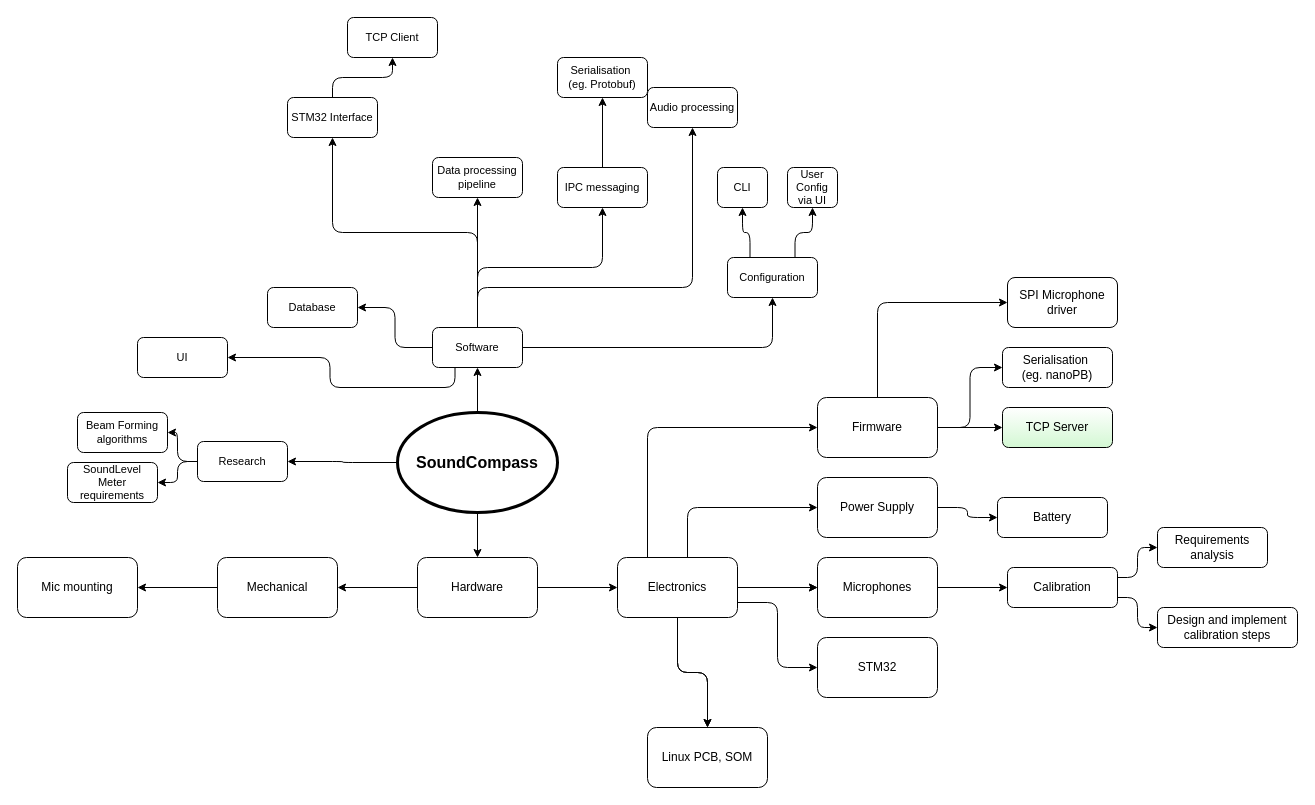
Earlier version of the draw.io diagram page "Task Mind Map" (3 of 7) of doc/System Block Diagram.drawio (jbrryhooves/sound-compass). Source tidied: cells renumbered, new cells numbered last; positions are measured from the earlier drawing's top-left corner, leaving out a move shared by most shapes. Both pictures are drawn from the tidied source at 100%, with x=0, y=0 at pixel (17, 17).
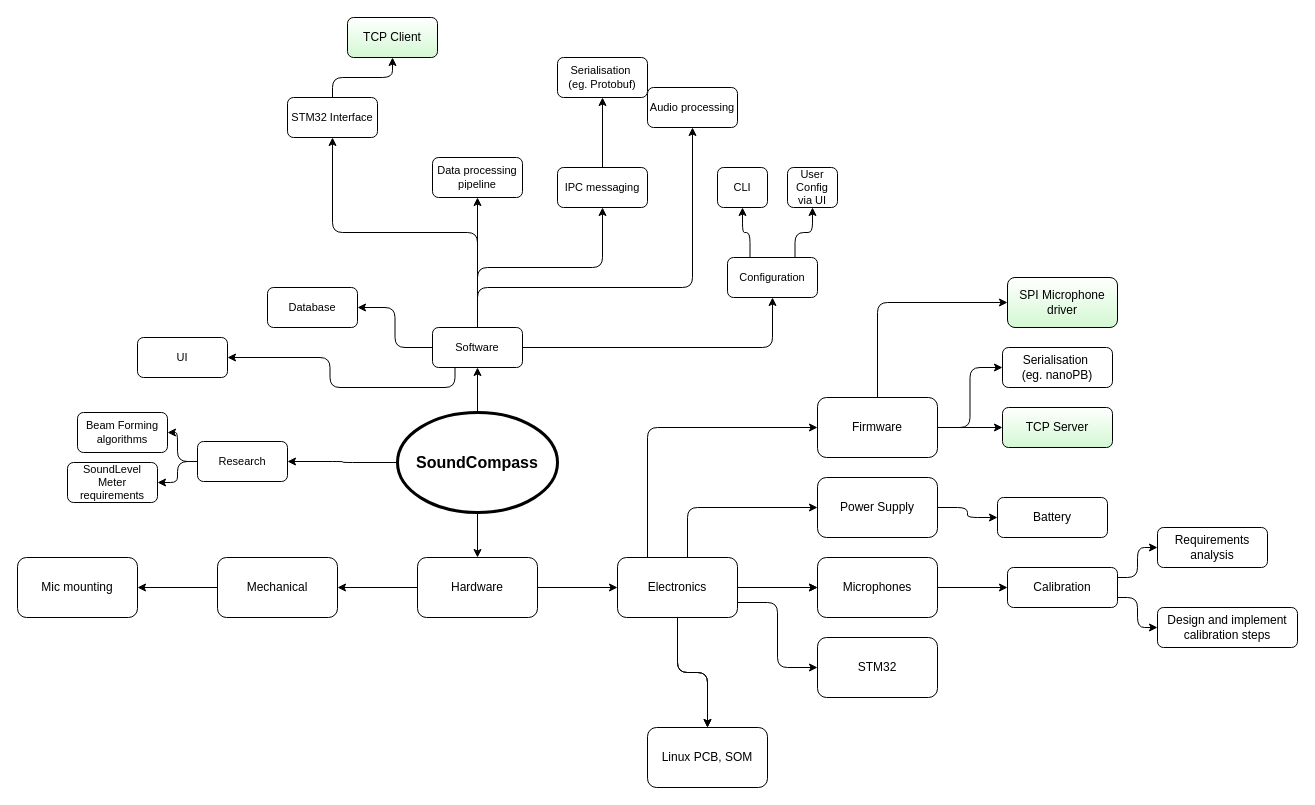
After the change.

The edit, as a diff of the source:
```diff
@@
-    <mxCell id="50" value="SPI Microphone driver" style="whiteSpace=wrap;html=1;rounded=1;fontStyle=0;" parent="1" vertex="1">
+    <mxCell id="50" value="SPI Microphone driver" style="whiteSpace=wrap;html=1;rounded=1;fontStyle=0;strokeColor=default;align=center;verticalAlign=middle;fontFamily=Helvetica;fontSize=12;fontColor=default;fillColor=default;gradientColor=#d3f8d3;" parent="1" vertex="1">
       <mxGeometry x="990" y="260" width="110" height="50" as="geometry" />
     </mxCell>
@@
-    <mxCell id="53" value="TCP Client" style="rounded=1;whiteSpace=wrap;html=1;fontFamily=Helvetica;fontSize=11;fontColor=default;" parent="1" vertex="1">
+    <mxCell id="53" value="TCP Client" style="rounded=1;whiteSpace=wrap;html=1;fontFamily=Helvetica;fontSize=12;fontColor=default;strokeColor=default;align=center;verticalAlign=middle;fontStyle=0;fillColor=default;gradientColor=#d3f8d3;" parent="1" vertex="1">
       <mxGeometry x="330" width="90" height="40" as="geometry" />
     </mxCell>
```
